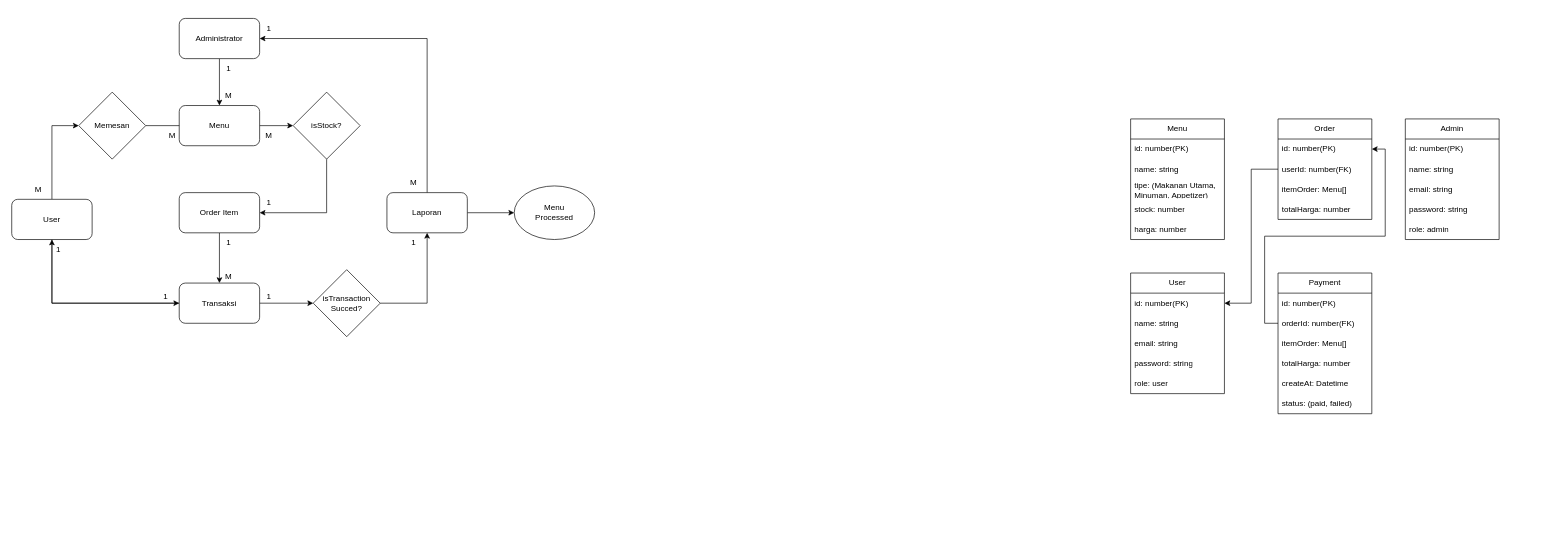
The draw.io diagram drawio/LSP-Gundar.drawio in Xnaizer/Xnaizer, before the edit. Source tidied: cells renumbered, new cells numbered last; positions are measured from the earlier drawing's top-left corner, leaving out a move shared by most shapes. Both pictures are drawn from the tidied source at 67%, with x=0, y=0 at pixel (11, 11).
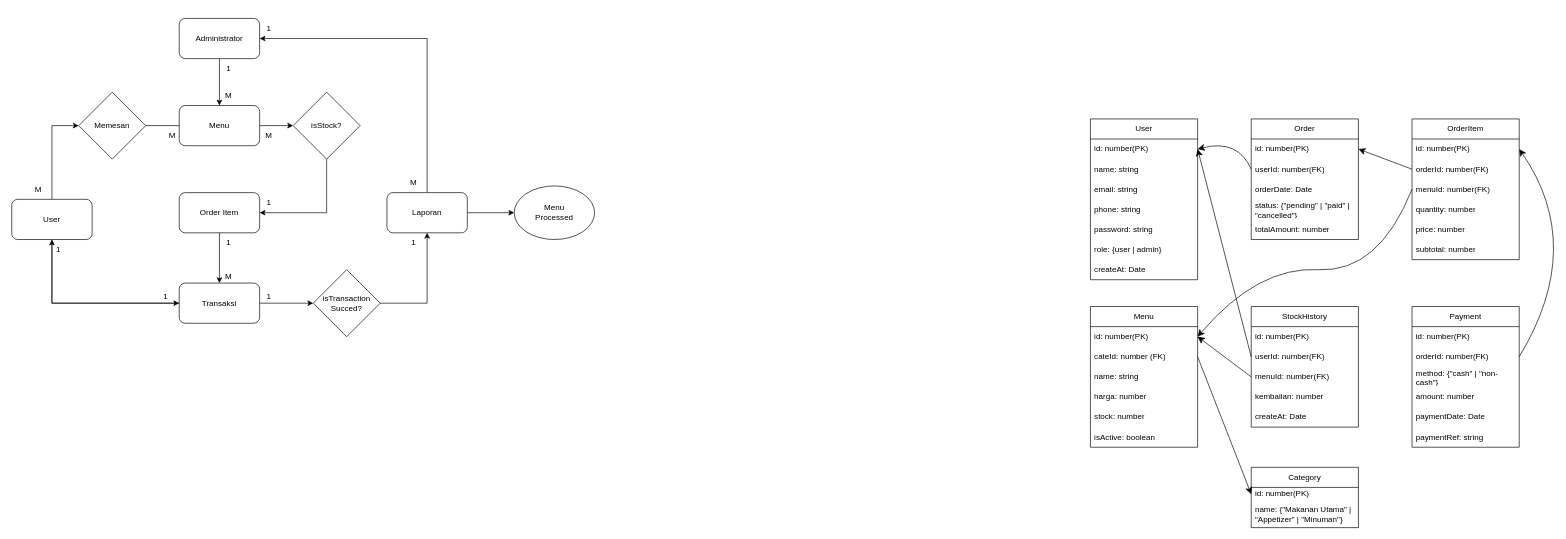
Above is the later version.

Change to the diagram source:
```diff
@@
     <mxCell id="38" value="User" style="swimlane;fontStyle=0;horizontal=1;startSize=30;whiteSpace=wrap;html=1;" parent="1" vertex="1">
-      <mxGeometry x="1670" y="390" width="140" height="180" as="geometry" />
+      <mxGeometry x="1610" y="160" width="160" height="240" as="geometry" />
     </mxCell>
     <mxCell id="39" value="id: number(PK)" style="text;strokeColor=none;fillColor=none;align=left;verticalAlign=middle;spacingLeft=4;spacingRight=4;overflow=hidden;points=[[0,0.5],[1,0.5]];portConstraint=eastwest;whiteSpace=wrap;html=1;" parent="38" vertex="1">
-      <mxGeometry y="30" width="140" height="30" as="geometry" />
+      <mxGeometry y="30" width="160" height="30" as="geometry" />
     </mxCell>
     <mxCell id="40" value="name: string" style="text;strokeColor=none;fillColor=none;align=left;verticalAlign=middle;spacingLeft=4;spacingRight=4;overflow=hidden;whiteSpace=wrap;html=1;" parent="38" vertex="1">
-      <mxGeometry y="60" width="140" height="30" as="geometry" />
+      <mxGeometry y="60" width="160" height="30" as="geometry" />
     </mxCell>
     <mxCell id="41" value="email: string" style="text;strokeColor=none;fillColor=none;align=left;verticalAlign=middle;spacingLeft=4;spacingRight=4;overflow=hidden;whiteSpace=wrap;html=1;" parent="38" vertex="1">
-      <mxGeometry y="90" width="140" height="30" as="geometry" />
+      <mxGeometry y="90" width="160" height="30" as="geometry" />
     </mxCell>
-    <mxCell id="42" value="password: string" style="text;strokeColor=none;fillColor=none;align=left;verticalAlign=middle;spacingLeft=4;spacingRight=4;overflow=hidden;whiteSpace=wrap;html=1;" parent="38" vertex="1">
-      <mxGeometry y="120" width="140" height="30" as="geometry" />
+    <mxCell id="42" value="phone: string" style="text;strokeColor=none;fillColor=none;align=left;verticalAlign=middle;spacingLeft=4;spacingRight=4;overflow=hidden;whiteSpace=wrap;html=1;" parent="38" vertex="1">
+      <mxGeometry y="120" width="160" height="30" as="geometry" />
     </mxCell>
-    <mxCell id="43" value="role: user" style="text;strokeColor=none;fillColor=none;align=left;verticalAlign=middle;spacingLeft=4;spacingRight=4;overflow=hidden;whiteSpace=wrap;html=1;" parent="38" vertex="1">
-      <mxGeometry y="150" width="140" height="30" as="geometry" />
+    <mxCell id="43" value="password: string" style="text;strokeColor=none;fillColor=none;align=left;verticalAlign=middle;spacingLeft=4;spacingRight=4;overflow=hidden;whiteSpace=wrap;html=1;" parent="38" vertex="1">
+      <mxGeometry y="150" width="160" height="30" as="geometry" />
     </mxCell>
+    <mxCell id="70" value="role: {user | admin}" style="text;strokeColor=none;fillColor=none;align=left;verticalAlign=middle;spacingLeft=4;spacingRight=4;overflow=hidden;whiteSpace=wrap;html=1;" parent="38" vertex="1">
+      <mxGeometry y="180" width="160" height="30" as="geometry" />
+    </mxCell>
+    <mxCell id="71" value="createAt: Date" style="text;strokeColor=none;fillColor=none;align=left;verticalAlign=middle;spacingLeft=4;spacingRight=4;overflow=hidden;whiteSpace=wrap;html=1;" parent="38" vertex="1">
+      <mxGeometry y="210" width="160" height="30" as="geometry" />
+    </mxCell>
     <mxCell id="44" value="Menu" style="swimlane;fontStyle=0;horizontal=1;startSize=30;whiteSpace=wrap;html=1;" parent="1" vertex="1">
-      <mxGeometry x="1670" y="160" width="140" height="180" as="geometry" />
+      <mxGeometry x="1610" y="440" width="160" height="210" as="geometry" />
     </mxCell>
     <mxCell id="45" value="id: number(PK)" style="text;strokeColor=none;fillColor=none;align=left;verticalAlign=middle;spacingLeft=4;spacingRight=4;overflow=hidden;points=[[0,0.5],[1,0.5]];portConstraint=eastwest;whiteSpace=wrap;html=1;" parent="44" vertex="1">
-      <mxGeometry y="30" width="140" height="30" as="geometry" />
+      <mxGeometry y="30" width="160" height="30" as="geometry" />
     </mxCell>
-    <mxCell id="46" value="name: string" style="text;strokeColor=none;fillColor=none;align=left;verticalAlign=middle;spacingLeft=4;spacingRight=4;overflow=hidden;points=[[0,0.5],[1,0.5]];portConstraint=eastwest;whiteSpace=wrap;html=1;" parent="44" vertex="1">
-      <mxGeometry y="60" width="140" height="30" as="geometry" />
+    <mxCell id="46" value="cateId: number (FK)" style="text;strokeColor=none;fillColor=none;align=left;verticalAlign=middle;spacingLeft=4;spacingRight=4;overflow=hidden;points=[[0,0.5],[1,0.5]];portConstraint=eastwest;whiteSpace=wrap;html=1;" parent="44" vertex="1">
+      <mxGeometry y="60" width="160" height="30" as="geometry" />
     </mxCell>
-    <mxCell id="47" value="tipe: (Makanan Utama,&lt;div&gt;Minuman, Appetizer)&lt;/div&gt;" style="text;strokeColor=none;fillColor=none;align=left;verticalAlign=middle;spacingLeft=4;spacingRight=4;overflow=hidden;whiteSpace=wrap;html=1;" parent="44" vertex="1">
-      <mxGeometry y="90" width="140" height="30" as="geometry" />
+    <mxCell id="47" value="name: string" style="text;strokeColor=none;fillColor=none;align=left;verticalAlign=middle;spacingLeft=4;spacingRight=4;overflow=hidden;whiteSpace=wrap;html=1;" parent="44" vertex="1">
+      <mxGeometry y="90" width="160" height="30" as="geometry" />
     </mxCell>
-    <mxCell id="48" value="stock: number" style="text;strokeColor=none;fillColor=none;align=left;verticalAlign=middle;spacingLeft=4;spacingRight=4;overflow=hidden;whiteSpace=wrap;html=1;" parent="44" vertex="1">
-      <mxGeometry y="120" width="140" height="30" as="geometry" />
+    <mxCell id="48" value="harga: number" style="text;strokeColor=none;fillColor=none;align=left;verticalAlign=middle;spacingLeft=4;spacingRight=4;overflow=hidden;whiteSpace=wrap;html=1;" parent="44" vertex="1">
+      <mxGeometry y="120" width="160" height="30" as="geometry" />
     </mxCell>
-    <mxCell id="49" value="harga: number" style="text;strokeColor=none;fillColor=none;align=left;verticalAlign=middle;spacingLeft=4;spacingRight=4;overflow=hidden;whiteSpace=wrap;html=1;" parent="44" vertex="1">
-      <mxGeometry y="150" width="140" height="30" as="geometry" />
+    <mxCell id="49" value="stock: number" style="text;strokeColor=none;fillColor=none;align=left;verticalAlign=middle;spacingLeft=4;spacingRight=4;overflow=hidden;whiteSpace=wrap;html=1;" parent="44" vertex="1">
+      <mxGeometry y="150" width="160" height="30" as="geometry" />
     </mxCell>
+    <mxCell id="72" value="isActive: boolean" style="text;strokeColor=none;fillColor=none;align=left;verticalAlign=middle;spacingLeft=4;spacingRight=4;overflow=hidden;whiteSpace=wrap;html=1;" parent="44" vertex="1">
+      <mxGeometry y="180" width="160" height="30" as="geometry" />
+    </mxCell>
     <mxCell id="50" value="Order" style="swimlane;fontStyle=0;horizontal=1;startSize=30;whiteSpace=wrap;html=1;" parent="1" vertex="1">
-      <mxGeometry x="1890" y="160" width="140" height="150" as="geometry" />
+      <mxGeometry x="1850" y="160" width="160" height="180" as="geometry" />
     </mxCell>
     <mxCell id="51" value="id: number(PK)" style="text;strokeColor=none;fillColor=none;align=left;verticalAlign=middle;spacingLeft=4;spacingRight=4;overflow=hidden;points=[[0,0.5],[1,0.5]];portConstraint=eastwest;whiteSpace=wrap;html=1;" parent="50" vertex="1">
-      <mxGeometry y="30" width="140" height="30" as="geometry" />
+      <mxGeometry y="30" width="160" height="30" as="geometry" />
     </mxCell>
     <mxCell id="52" value="userId: number(FK)" style="text;strokeColor=none;fillColor=none;align=left;verticalAlign=middle;spacingLeft=4;spacingRight=4;overflow=hidden;points=[[0,0.5],[1,0.5]];portConstraint=eastwest;whiteSpace=wrap;html=1;" parent="50" vertex="1">
-      <mxGeometry y="60" width="140" height="30" as="geometry" />
+      <mxGeometry y="60" width="160" height="30" as="geometry" />
     </mxCell>
-    <mxCell id="53" value="itemOrder: Menu[]" style="text;strokeColor=none;fillColor=none;align=left;verticalAlign=middle;spacingLeft=4;spacingRight=4;overflow=hidden;whiteSpace=wrap;html=1;" parent="50" vertex="1">
-      <mxGeometry y="90" width="140" height="30" as="geometry" />
+    <mxCell id="53" value="orderDate: Date" style="text;strokeColor=none;fillColor=none;align=left;verticalAlign=middle;spacingLeft=4;spacingRight=4;overflow=hidden;whiteSpace=wrap;html=1;" parent="50" vertex="1">
+      <mxGeometry y="90" width="160" height="30" as="geometry" />
     </mxCell>
-    <mxCell id="54" value="totalHarga: number" style="text;strokeColor=none;fillColor=none;align=left;verticalAlign=middle;spacingLeft=4;spacingRight=4;overflow=hidden;whiteSpace=wrap;html=1;" parent="50" vertex="1">
-      <mxGeometry y="120" width="140" height="30" as="geometry" />
+    <mxCell id="54" value="status: {&quot;pending&quot; | &quot;paid&quot; | &quot;cancelled&quot;}" style="text;strokeColor=none;fillColor=none;align=left;verticalAlign=middle;spacingLeft=4;spacingRight=4;overflow=hidden;whiteSpace=wrap;html=1;" parent="50" vertex="1">
+      <mxGeometry y="120" width="160" height="30" as="geometry" />
     </mxCell>
+    <mxCell id="73" value="totalAmount: number" style="text;strokeColor=none;fillColor=none;align=left;verticalAlign=middle;spacingLeft=4;spacingRight=4;overflow=hidden;whiteSpace=wrap;html=1;" parent="50" vertex="1">
+      <mxGeometry y="150" width="160" height="30" as="geometry" />
+    </mxCell>
     <mxCell id="55" value="Payment" style="swimlane;fontStyle=0;horizontal=1;startSize=30;whiteSpace=wrap;html=1;" parent="1" vertex="1">
-      <mxGeometry x="1890" y="390" width="140" height="210" as="geometry" />
+      <mxGeometry x="2090" y="440" width="160" height="210" as="geometry" />
     </mxCell>
     <mxCell id="56" value="id: number(PK)" style="text;strokeColor=none;fillColor=none;align=left;verticalAlign=middle;spacingLeft=4;spacingRight=4;overflow=hidden;whiteSpace=wrap;html=1;" parent="55" vertex="1">
-      <mxGeometry y="30" width="140" height="30" as="geometry" />
+      <mxGeometry y="30" width="160" height="30" as="geometry" />
     </mxCell>
     <mxCell id="57" value="orderId: number(FK)" style="text;strokeColor=none;fillColor=none;align=left;verticalAlign=middle;spacingLeft=4;spacingRight=4;overflow=hidden;points=[[0,0.5],[1,0.5]];portConstraint=eastwest;whiteSpace=wrap;html=1;" parent="55" vertex="1">
-      <mxGeometry y="60" width="140" height="30" as="geometry" />
+      <mxGeometry y="60" width="160" height="30" as="geometry" />
     </mxCell>
-    <mxCell id="58" value="itemOrder: Menu[]" style="text;strokeColor=none;fillColor=none;align=left;verticalAlign=middle;spacingLeft=4;spacingRight=4;overflow=hidden;whiteSpace=wrap;html=1;" parent="55" vertex="1">
-      <mxGeometry y="90" width="140" height="30" as="geometry" />
+    <mxCell id="58" value="method: {&quot;cash&quot; | &quot;non-cash&quot;}" style="text;strokeColor=none;fillColor=none;align=left;verticalAlign=middle;spacingLeft=4;spacingRight=4;overflow=hidden;whiteSpace=wrap;html=1;" parent="55" vertex="1">
+      <mxGeometry y="90" width="160" height="30" as="geometry" />
     </mxCell>
-    <mxCell id="59" value="totalHarga: number" style="text;strokeColor=none;fillColor=none;align=left;verticalAlign=middle;spacingLeft=4;spacingRight=4;overflow=hidden;whiteSpace=wrap;html=1;" parent="55" vertex="1">
-      <mxGeometry y="120" width="140" height="30" as="geometry" />
+    <mxCell id="59" value="amount: number" style="text;strokeColor=none;fillColor=none;align=left;verticalAlign=middle;spacingLeft=4;spacingRight=4;overflow=hidden;whiteSpace=wrap;html=1;" parent="55" vertex="1">
+      <mxGeometry y="120" width="160" height="30" as="geometry" />
     </mxCell>
-    <mxCell id="60" value="createAt: Datetime" style="text;strokeColor=none;fillColor=none;align=left;verticalAlign=middle;spacingLeft=4;spacingRight=4;overflow=hidden;whiteSpace=wrap;html=1;" parent="55" vertex="1">
-      <mxGeometry y="150" width="140" height="30" as="geometry" />
+    <mxCell id="60" value="paymentDate: Date" style="text;strokeColor=none;fillColor=none;align=left;verticalAlign=middle;spacingLeft=4;spacingRight=4;overflow=hidden;whiteSpace=wrap;html=1;" parent="55" vertex="1">
+      <mxGeometry y="150" width="160" height="30" as="geometry" />
     </mxCell>
-    <mxCell id="61" value="status: (paid, failed)" style="text;strokeColor=none;fillColor=none;align=left;verticalAlign=middle;spacingLeft=4;spacingRight=4;overflow=hidden;whiteSpace=wrap;html=1;" parent="55" vertex="1">
-      <mxGeometry y="180" width="140" height="30" as="geometry" />
+    <mxCell id="61" value="paymentRef: string" style="text;strokeColor=none;fillColor=none;align=left;verticalAlign=middle;spacingLeft=4;spacingRight=4;overflow=hidden;whiteSpace=wrap;html=1;" parent="55" vertex="1">
+      <mxGeometry y="180" width="160" height="30" as="geometry" />
     </mxCell>
-    <mxCell id="62" style="edgeStyle=orthogonalEdgeStyle;rounded=0;jettySize=auto;html=1;" parent="1" edge="1" source="57" target="51">
-      <mxGeometry relative="1" as="geometry" />
-    </mxCell>
-    <mxCell id="63" style="edgeStyle=orthogonalEdgeStyle;rounded=0;jettySize=auto;html=1;entryX=1;entryY=0.5;entryDx=0;entryDy=0;" parent="1" edge="1" source="52" target="39">
-      <mxGeometry relative="1" as="geometry" />
-    </mxCell>
-    <mxCell id="64" value="Admin" style="swimlane;fontStyle=0;horizontal=1;startSize=30;whiteSpace=wrap;html=1;" parent="1" vertex="1">
-      <mxGeometry x="2080" y="160" width="140" height="180" as="geometry" />
+    <mxCell id="64" value="StockHistory" style="swimlane;fontStyle=0;horizontal=1;startSize=30;whiteSpace=wrap;html=1;" parent="1" vertex="1">
+      <mxGeometry x="1850" y="440" width="160" height="180" as="geometry" />
     </mxCell>
     <mxCell id="65" value="id: number(PK)" style="text;strokeColor=none;fillColor=none;align=left;verticalAlign=middle;spacingLeft=4;spacingRight=4;overflow=hidden;whiteSpace=wrap;html=1;" parent="64" vertex="1">
-      <mxGeometry y="30" width="140" height="30" as="geometry" />
+      <mxGeometry y="30" width="160" height="30" as="geometry" />
     </mxCell>
+    <mxCell id="68" value="userId: number(FK)" style="text;strokeColor=none;fillColor=none;align=left;verticalAlign=middle;spacingLeft=4;spacingRight=4;overflow=hidden;points=[[0,0.5],[1,0.5]];portConstraint=eastwest;whiteSpace=wrap;html=1;" parent="64" vertex="1">
+      <mxGeometry y="60" width="160" height="30" as="geometry" />
+    </mxCell>
-    <mxCell id="66" value="name: string" style="text;strokeColor=none;fillColor=none;align=left;verticalAlign=middle;spacingLeft=4;spacingRight=4;overflow=hidden;points=[[0,0.5],[1,0.5]];portConstraint=eastwest;whiteSpace=wrap;html=1;" parent="64" vertex="1">
-      <mxGeometry y="60" width="140" height="30" as="geometry" />
+    <mxCell id="66" value="menuId: number(FK)" style="text;strokeColor=none;fillColor=none;align=left;verticalAlign=middle;spacingLeft=4;spacingRight=4;overflow=hidden;points=[[0,0.5],[1,0.5]];portConstraint=eastwest;whiteSpace=wrap;html=1;" parent="64" vertex="1">
+      <mxGeometry y="90" width="160" height="30" as="geometry" />
     </mxCell>
-    <mxCell id="67" value="email: string" style="text;strokeColor=none;fillColor=none;align=left;verticalAlign=middle;spacingLeft=4;spacingRight=4;overflow=hidden;whiteSpace=wrap;html=1;" parent="64" vertex="1">
-      <mxGeometry y="90" width="140" height="30" as="geometry" />
+    <mxCell id="67" value="kembalian: number" style="text;strokeColor=none;fillColor=none;align=left;verticalAlign=middle;spacingLeft=4;spacingRight=4;overflow=hidden;whiteSpace=wrap;html=1;" parent="64" vertex="1">
+      <mxGeometry y="120" width="160" height="30" as="geometry" />
     </mxCell>
-    <mxCell id="68" value="password: string" style="text;strokeColor=none;fillColor=none;align=left;verticalAlign=middle;spacingLeft=4;spacingRight=4;overflow=hidden;points=[[0,0.5],[1,0.5]];portConstraint=eastwest;whiteSpace=wrap;html=1;" parent="64" vertex="1">
-      <mxGeometry y="120" width="140" height="30" as="geometry" />
-    </mxCell>
-    <mxCell id="69" value="role: admin" style="text;strokeColor=none;fillColor=none;align=left;verticalAlign=middle;spacingLeft=4;spacingRight=4;overflow=hidden;whiteSpace=wrap;html=1;" parent="64" vertex="1">
-      <mxGeometry y="150" width="140" height="30" as="geometry" />
+    <mxCell id="69" value="createAt: Date" style="text;strokeColor=none;fillColor=none;align=left;verticalAlign=middle;spacingLeft=4;spacingRight=4;overflow=hidden;whiteSpace=wrap;html=1;" parent="64" vertex="1">
+      <mxGeometry y="150" width="160" height="30" as="geometry" />
     </mxCell>
+    <mxCell id="74" value="Category" style="swimlane;fontStyle=0;horizontal=1;startSize=30;whiteSpace=wrap;html=1;" parent="1" vertex="1">
+      <mxGeometry x="1850" y="680" width="160" height="90" as="geometry" />
+    </mxCell>
+    <mxCell id="75" value="id: number(PK)" style="text;strokeColor=none;fillColor=none;align=left;verticalAlign=middle;spacingLeft=4;spacingRight=4;overflow=hidden;points=[[0,0.5],[1,0.5]];portConstraint=eastwest;whiteSpace=wrap;html=1;" parent="74" vertex="1">
+      <mxGeometry y="30" width="160" height="20" as="geometry" />
+    </mxCell>
+    <mxCell id="76" value="name: {&quot;Makanan Utama&quot; | &quot;Appetizer&quot; | &quot;Minuman&quot;}" style="text;strokeColor=none;fillColor=none;align=left;verticalAlign=middle;spacingLeft=4;spacingRight=4;overflow=hidden;whiteSpace=wrap;html=1;" parent="74" vertex="1">
+      <mxGeometry y="50" width="160" height="40" as="geometry" />
+    </mxCell>
+    <mxCell id="77" value="OrderItem" style="swimlane;fontStyle=0;horizontal=1;startSize=30;whiteSpace=wrap;html=1;" parent="1" vertex="1">
+      <mxGeometry x="2090" y="160" width="160" height="210" as="geometry" />
+    </mxCell>
+    <mxCell id="78" value="id: number(PK)" style="text;strokeColor=none;fillColor=none;align=left;verticalAlign=middle;spacingLeft=4;spacingRight=4;overflow=hidden;points=[[0,0.5],[1,0.5]];portConstraint=eastwest;whiteSpace=wrap;html=1;" parent="77" vertex="1">
+      <mxGeometry y="30" width="160" height="30" as="geometry" />
+    </mxCell>
+    <mxCell id="79" value="orderId: number(FK)" style="text;strokeColor=none;fillColor=none;align=left;verticalAlign=middle;spacingLeft=4;spacingRight=4;overflow=hidden;points=[[0,0.5],[1,0.5]];portConstraint=eastwest;whiteSpace=wrap;html=1;" parent="77" vertex="1">
+      <mxGeometry y="60" width="160" height="30" as="geometry" />
+    </mxCell>
+    <mxCell id="80" value="menuId: number(FK)" style="text;strokeColor=none;fillColor=none;align=left;verticalAlign=middle;spacingLeft=4;spacingRight=4;overflow=hidden;points=[[0,0.5],[1,0.5]];portConstraint=eastwest;whiteSpace=wrap;html=1;" parent="77" vertex="1">
+      <mxGeometry y="90" width="160" height="30" as="geometry" />
+    </mxCell>
+    <mxCell id="81" value="quantity: number" style="text;strokeColor=none;fillColor=none;align=left;verticalAlign=middle;spacingLeft=4;spacingRight=4;overflow=hidden;whiteSpace=wrap;html=1;" parent="77" vertex="1">
+      <mxGeometry y="120" width="160" height="30" as="geometry" />
+    </mxCell>
+    <mxCell id="82" value="price: number" style="text;strokeColor=none;fillColor=none;align=left;verticalAlign=middle;spacingLeft=4;spacingRight=4;overflow=hidden;whiteSpace=wrap;html=1;" parent="77" vertex="1">
+      <mxGeometry y="150" width="160" height="30" as="geometry" />
+    </mxCell>
+    <mxCell id="83" value="subtotal: number" style="text;strokeColor=none;fillColor=none;align=left;verticalAlign=middle;spacingLeft=4;spacingRight=4;overflow=hidden;whiteSpace=wrap;html=1;" parent="77" vertex="1">
+      <mxGeometry y="180" width="160" height="30" as="geometry" />
+    </mxCell>
+    <mxCell id="63" style="edgeStyle=none;curved=1;rounded=0;jettySize=auto;html=1;entryX=1;entryY=0.5;entryDx=0;entryDy=0;fontSize=12;startSize=8;endSize=8;exitX=0;exitY=0.5;exitDx=0;exitDy=0;" parent="1" edge="1" source="52" target="39">
+      <mxGeometry relative="1" as="geometry">
+        <Array as="points">
+          <mxPoint x="1830" y="190" />
+        </Array>
+      </mxGeometry>
+    </mxCell>
+    <mxCell id="84" style="edgeStyle=none;curved=1;rounded=0;jettySize=auto;html=1;exitX=1;exitY=0.5;exitDx=0;exitDy=0;entryX=0;entryY=0.5;entryDx=0;entryDy=0;fontSize=12;startSize=8;endSize=8;" parent="1" edge="1" source="46" target="75">
+      <mxGeometry relative="1" as="geometry" />
+    </mxCell>
+    <mxCell id="85" style="edgeStyle=none;curved=1;rounded=0;jettySize=auto;html=1;fontSize=12;startSize=8;endSize=8;entryX=1;entryY=0.5;entryDx=0;entryDy=0;exitX=0;exitY=0.5;exitDx=0;exitDy=0;" parent="1" edge="1" source="68" target="39">
+      <mxGeometry relative="1" as="geometry" />
+    </mxCell>
+    <mxCell id="86" style="edgeStyle=none;curved=1;rounded=0;jettySize=auto;html=1;exitX=0;exitY=0.5;exitDx=0;exitDy=0;entryX=1;entryY=0.5;entryDx=0;entryDy=0;fontSize=12;startSize=8;endSize=8;" parent="1" edge="1" source="79" target="51">
+      <mxGeometry relative="1" as="geometry" />
+    </mxCell>
+    <mxCell id="87" style="edgeStyle=none;curved=1;rounded=0;jettySize=auto;html=1;exitX=0;exitY=0.5;exitDx=0;exitDy=0;entryX=1;entryY=0.5;entryDx=0;entryDy=0;fontSize=12;startSize=8;endSize=8;" parent="1" edge="1" source="80" target="45">
+      <mxGeometry relative="1" as="geometry">
+        <Array as="points">
+          <mxPoint x="2040" y="390" />
+          <mxPoint x="1860" y="380" />
+        </Array>
+      </mxGeometry>
+    </mxCell>
+    <mxCell id="88" style="edgeStyle=none;curved=1;rounded=0;jettySize=auto;html=1;exitX=1;exitY=0.5;exitDx=0;exitDy=0;entryX=1;entryY=0.5;entryDx=0;entryDy=0;fontSize=12;startSize=8;endSize=8;" parent="1" edge="1" source="57" target="78">
+      <mxGeometry relative="1" as="geometry">
+        <Array as="points">
+          <mxPoint x="2350" y="350" />
+        </Array>
+      </mxGeometry>
+    </mxCell>
+    <mxCell id="89" style="edgeStyle=none;curved=1;rounded=0;jettySize=auto;html=1;exitX=0;exitY=0.5;exitDx=0;exitDy=0;entryX=1;entryY=0.5;entryDx=0;entryDy=0;fontSize=12;startSize=8;endSize=8;" parent="1" edge="1" source="66" target="45">
+      <mxGeometry relative="1" as="geometry" />
+    </mxCell>
```
